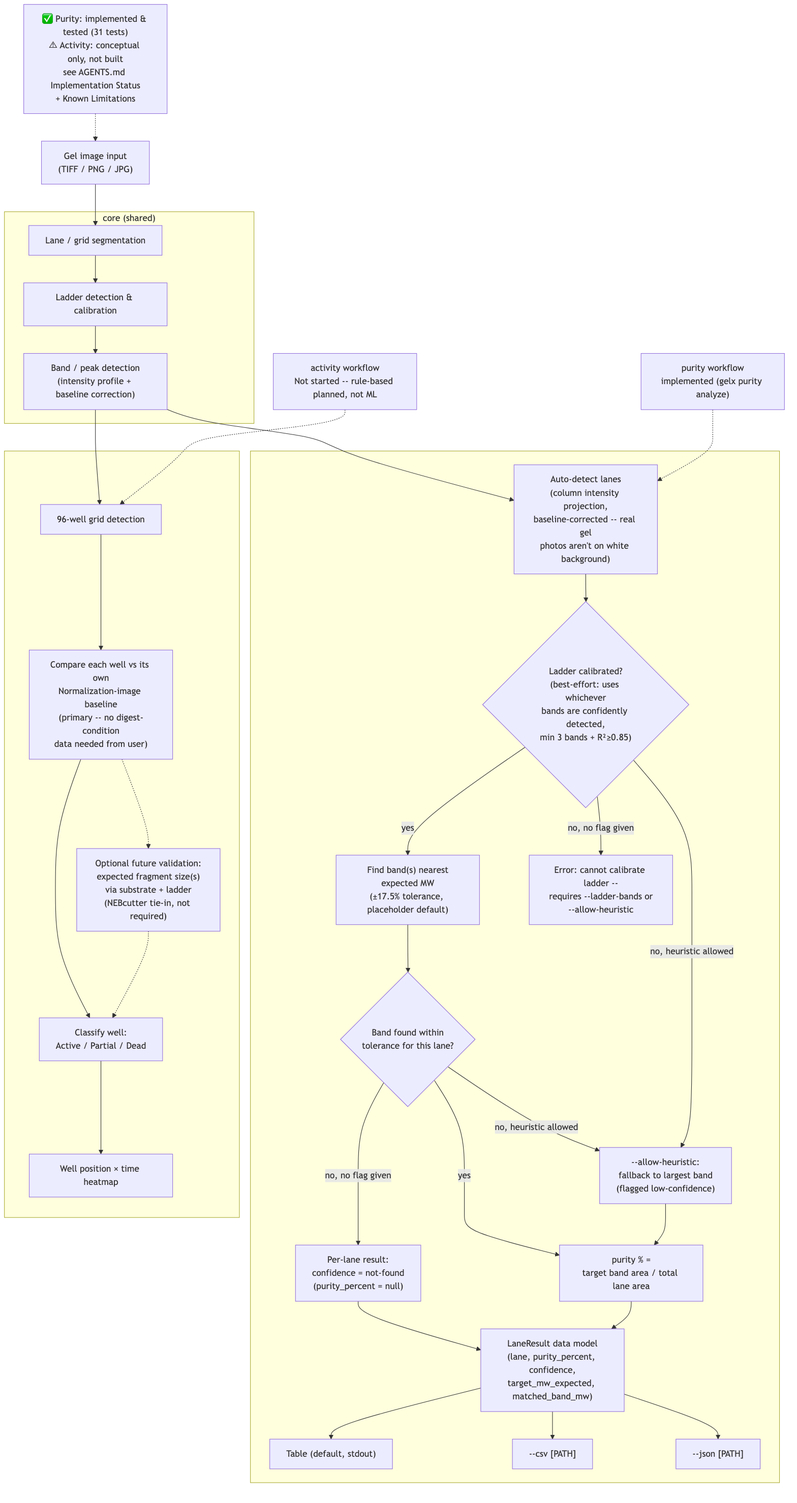
This is diagrams/program-flow.png from nebiolabs/gel-image-extractor, a Mermaid export, as it was before one commit. Its source is kept beside it as diagrams/program-flow.mmd.
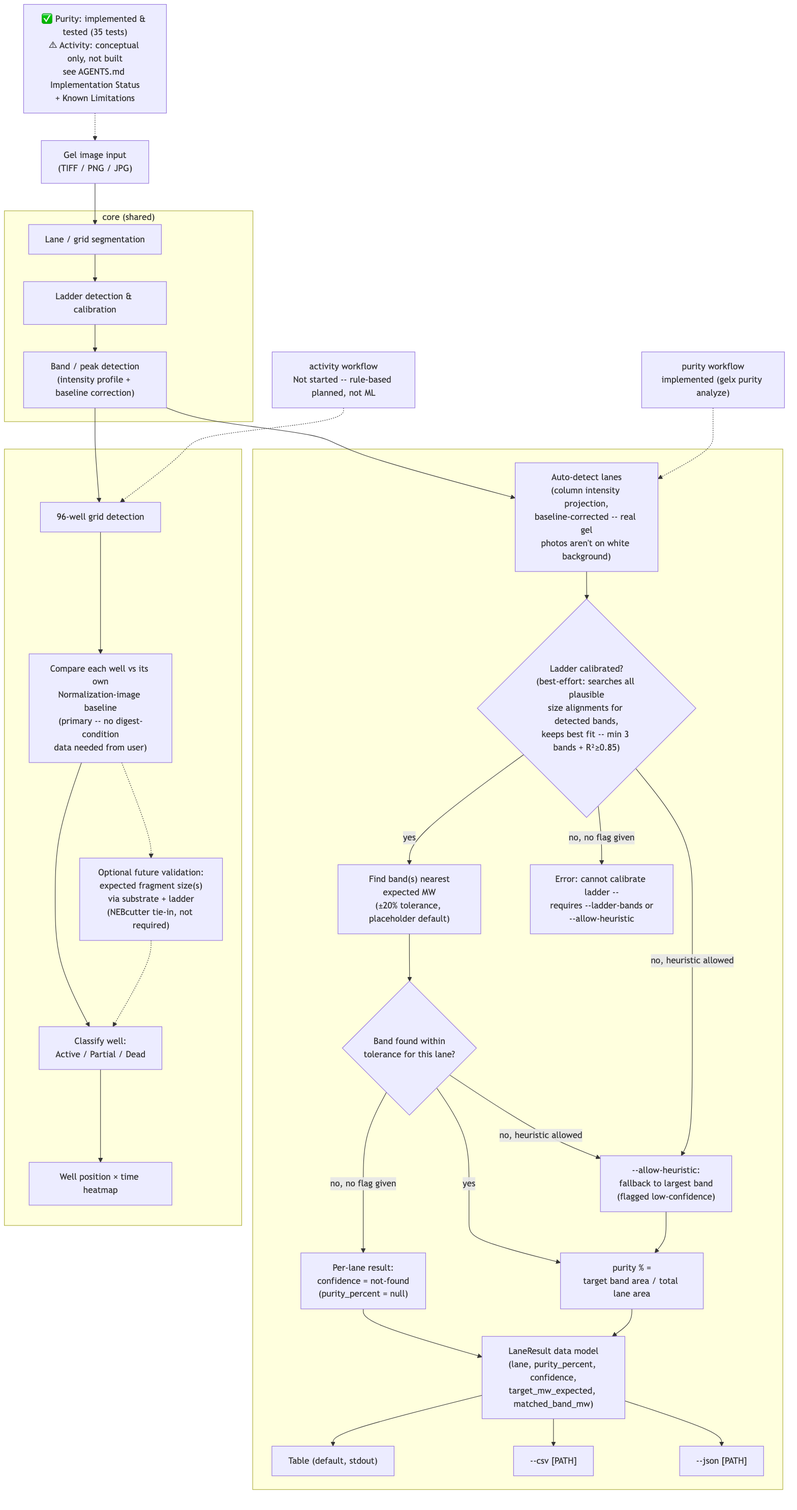
Above is the later version.

Commit message:
Fix ladder calibration bias and noise gaps

What changed in the source:
```diff
@@ -1,6 +1,6 @@
 
 flowchart TD
-    Note["✅ Purity: implemented & tested (31 tests)<br/>⚠ Activity: conceptual only, not built<br/>see AGENTS.md Implementation Status<br/>+ Known Limitations"]
+    Note["✅ Purity: implemented & tested (35 tests)<br/>⚠ Activity: conceptual only, not built<br/>see AGENTS.md Implementation Status<br/>+ Known Limitations"]
 
     Input["Gel image input<br/>(TIFF / PNG / JPG)"]
 
@@ -13,8 +13,8 @@
     PurityLabel["purity workflow<br/>implemented (gelx purity analyze)"]
     subgraph PurityWF[" "]
         AutoLane["Auto-detect lanes<br/>(column intensity projection,<br/>baseline-corrected -- real gel<br/>photos aren't on white background)"]
-        LadderCal{"Ladder calibrated?<br/>(best-effort: uses whichever<br/>bands are confidently detected,<br/>min 3 bands + R²≥0.85)"}
-        MWMatch["Find band(s) nearest<br/>expected MW<br/>(±17.5% tolerance, placeholder default)"]
+        LadderCal{"Ladder calibrated?<br/>(best-effort: searches all plausible<br/>size alignments for detected bands,<br/>keeps best fit -- min 3 bands + R²≥0.85)"}
+        MWMatch["Find band(s) nearest<br/>expected MW<br/>(±20% tolerance, placeholder default)"]
         MatchFound{"Band found within<br/>tolerance for this lane?"}
         NotFound["Per-lane result:<br/>confidence = not-found<br/>(purity_percent = null)"]
         Heuristic["--allow-heuristic:<br/>fallback to largest band<br/>(flagged low-confidence)"]
```
